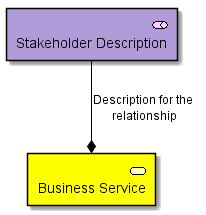
Above: images/Example-CompositionDown.png in plantuml-stdlib/Archimate-PlantUML (PlantUML), before the change. Source of this version:
```plantuml
@startuml Example-CompositionDown


skinparam defaultTextAlignment center
skinparam wrapWidth 400
skinparam maxMessageSize 150

skinparam Arrow {
    Color #000000
    FontColor #000000
    FontSize 12
}
skinparam Folder<<grouping>> {
    Shadowing true
    StereotypeFontSize 0
    FontColor #444444
    BorderColor #444444
    BorderStyle dashed
}
skinparam Folder<<group>> {
    Shadowing true
    FontColor #444444
    BackgroundColor lightgrey
}
skinparam rectangle<<boundary>> {
    Shadowing false
    StereotypeFontSize 0
    FontColor #444444
    BorderColor #444444
    BorderStyle dashed
}























archimate #MOTIVATION "Stakeholder Description" <<stakeholder-filled>> as StakeholderElement
archimate #BUSINESS "Business Service" <<business-service>> as BService

StakeholderElement -DOWN-* BService : "Description for the relationship"
@enduml
```
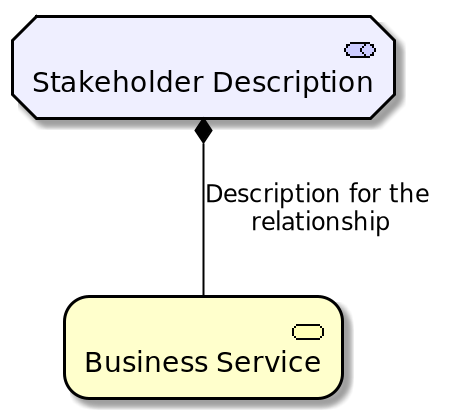
The same diagram one commit later.

The edit, as a diff of the source:
```diff
@@ -4,6 +4,7 @@
 skinparam defaultTextAlignment center
 skinparam wrapWidth 400
 skinparam maxMessageSize 150
+skinparam StereotypeAlignment right
 
 skinparam Arrow {
     Color #000000
@@ -19,6 +20,7 @@
 }
 skinparam Folder<<group>> {
     Shadowing true
+    StereotypeFontSize 0
     FontColor #444444
     BackgroundColor lightgrey
 }
@@ -28,6 +30,50 @@
     FontColor #444444
     BorderColor #444444
     BorderStyle dashed
+}
+skinparam node {
+  StereotypeAlignment right
+}
+skinparam cloud {
+  StereotypeAlignment right
+}
+skinparam frame {
+  StereotypeAlignment right
+}
+skinparam archimate {
+  StereotypeAlignment right
+  RoundCorner<<strategy-capability>> 25
+  RoundCorner<<strategy-course-of-action>> 25
+  RoundCorner<<strategy-value-stream>> 25
+  RoundCorner<<business-process>> 25
+  RoundCorner<<business-event>> 25
+  RoundCorner<<business-function>> 25
+  RoundCorner<<business-interaction>> 25
+  RoundCorner<<business-event>> 25
+  RoundCorner<<business-service>> 25
+  RoundCorner<<application-function>> 25
+  RoundCorner<<application-interaction>> 25
+  RoundCorner<<application-process>> 25
+  RoundCorner<<application-event>> 25
+  RoundCorner<<application-service>> 25
+  RoundCorner<<technology-function>> 25
+  RoundCorner<<technology-process>> 25
+  RoundCorner<<technology-interaction>> 25
+  RoundCorner<<technology-event>> 25
+  RoundCorner<<technology-infra-service>> 25
+  RoundCorner<<implementation-workpackage>> 25
+  RoundCorner<<implementation-event>> 25
+  DiagonalCorner<<motivation-stakeholder>> 12
+  DiagonalCorner<<motivation-driver>> 12
+  DiagonalCorner<<motivation-assessment>> 12
+  DiagonalCorner<<motivation-goal>> 12
+  DiagonalCorner<<motivation-outcome>> 12
+  DiagonalCorner<<motivation-principle>> 12
+  DiagonalCorner<<motivation-requirement>> 12
+  DiagonalCorner<<motivation-constraint>> 12
+}
+skinparam usecase {
+  BorderColor #000000
 }
 
 
@@ -52,8 +98,13 @@
 
 
 
-archimate #MOTIVATION "Stakeholder Description" <<stakeholder-filled>> as StakeholderElement
+
+
+
+
+
+archimate #MOTIVATION "Stakeholder Description" <<motivation-stakeholder>> as StakeholderElement
 archimate #BUSINESS "Business Service" <<business-service>> as BService
 
-StakeholderElement -DOWN-* BService : "Description for the relationship"
+StakeholderElement *-DOWN- BService : "Description for the relationship"
 @enduml
```
